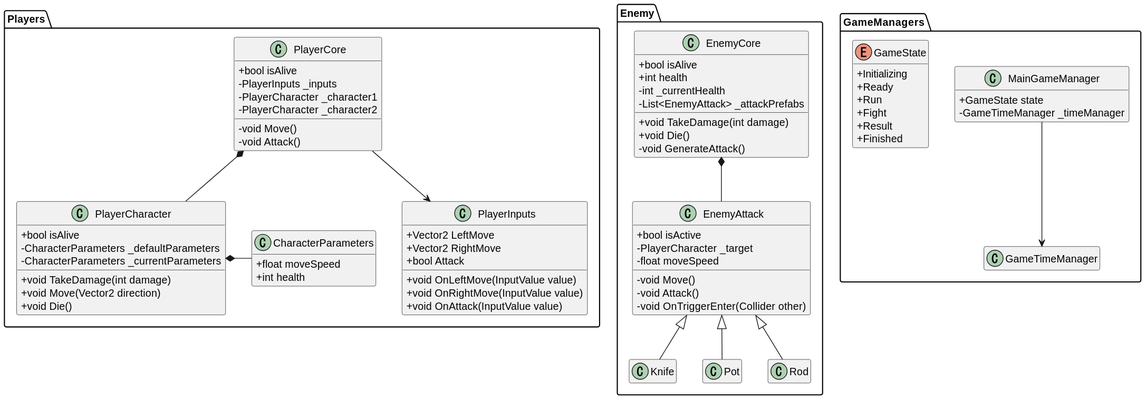
Above: out/UML/class/Class.svg in asterisk-cn/BSGJ-E1 (PlantUML), before the change. Its diagram source:
```plantuml
@startuml
skinparam classAttributeIconSize 0
hide empty members

namespace Players {
    class CharacterParameters{
        + float moveSpeed
        + int health
    }

    class PlayerInputs{
        + Vector2 LeftMove
        + Vector2 RightMove
        + bool Attack

        + void OnLeftMove(InputValue value)
        + void OnRightMove(InputValue value)
        + void OnAttack(InputValue value)
    }


    class PlayerCore {
        + bool isAlive
        - PlayerInputs _inputs
        - PlayerCharacter _character1
        - PlayerCharacter _character2

        - void Move()
        - void Attack()
    }

    PlayerCore --> PlayerInputs

    class PlayerCharacter {
        + bool isAlive
        - CharacterParameters _defaultParameters
        - CharacterParameters _currentParameters

        + void TakeDamage(int damage)
        + void Move(Vector2 direction)
        + void Die()
    }

    PlayerCharacter *- CharacterParameters
    PlayerCore *-- PlayerCharacter
}

namespace Enemy {
    class EnemyCore {
        + bool isAlive
        + int health
        - int _currentHealth
        - List<EnemyAttack> _attackPrefabs

        + void TakeDamage(int damage)
        + void Die()
        - void GenerateAttack()
    }

    class EnemyAttack {
        + bool isActive
        - PlayerCharacter _target
        - float moveSpeed

        - void Move()
        - void Attack()
        - void OnTriggerEnter(Collider other)
    }

    EnemyCore *-- EnemyAttack

    class Knife
    class Pot
    Class Rod

    EnemyAttack <|-- Knife
    EnemyAttack <|-- Pot
    EnemyAttack <|-- Rod
}

namespace GameManagers {
    class MainGameManager {
        + GameState state
        - GameTimeManager _timeManager
    }

    enum GameState{
        + Initializing
        + Ready
        + Run
        + Fight
        + Result
        + Finished
    }

    class GameTimeManager

    MainGameManager --> GameTimeManager
}
@enduml
```
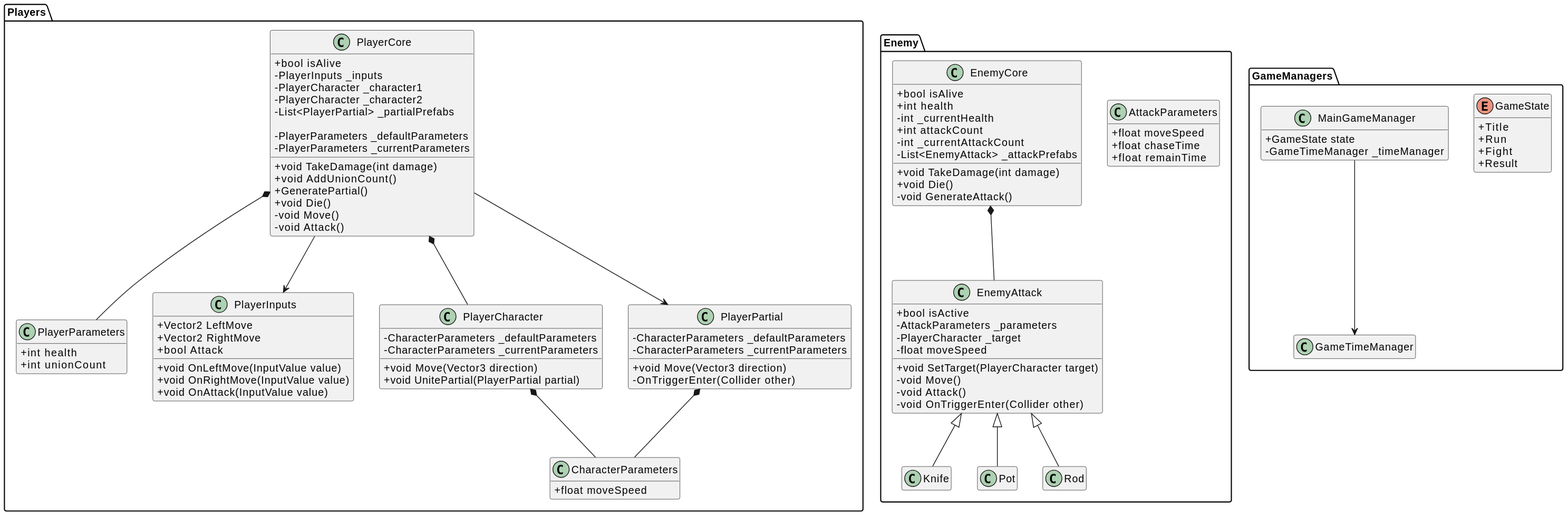
Later version of the same file.

Diff of the diagram source:
```diff
@@ -3,9 +3,13 @@
 hide empty members
 
 namespace Players {
+    class PlayerParameters{
+        + int health
+        + int unionCount
+    }
+
     class CharacterParameters{
         + float moveSpeed
-        + int health
     }
 
     class PlayerInputs{
@@ -24,25 +28,43 @@
         - PlayerInputs _inputs
         - PlayerCharacter _character1
         - PlayerCharacter _character2
+        - List<PlayerPartial> _partialPrefabs
 
+        - PlayerParameters _defaultParameters
+        - PlayerParameters _currentParameters
+
+        + void TakeDamage(int damage)
+        + void AddUnionCount()
+        + GeneratePartial()
+        + void Die()
         - void Move()
         - void Attack()
     }
 
     PlayerCore --> PlayerInputs
+    PlayerCore *-- PlayerParameters
 
     class PlayerCharacter {
-        + bool isAlive
         - CharacterParameters _defaultParameters
         - CharacterParameters _currentParameters
 
-        + void TakeDamage(int damage)
-        + void Move(Vector2 direction)
-        + void Die()
+        + void Move(Vector3 direction)
+        + void UnitePartial(PlayerPartial partial)
     }
 
-    PlayerCharacter *- CharacterParameters
     PlayerCore *-- PlayerCharacter
+    PlayerCharacter *-- CharacterParameters
+
+    class PlayerPartial {
+        - CharacterParameters _defaultParameters
+        - CharacterParameters _currentParameters
+
+        + void Move(Vector3 direction)
+        - OnTriggerEnter(Collider other)
+    }
+
+    PlayerCore --> PlayerPartial
+    PlayerPartial *-- CharacterParameters
 }
 
 namespace Enemy {
@@ -50,6 +72,8 @@
         + bool isAlive
         + int health
         - int _currentHealth
+        + int attackCount
+        - int _currentAttackCount
         - List<EnemyAttack> _attackPrefabs
 
         + void TakeDamage(int damage)
@@ -57,11 +81,19 @@
         - void GenerateAttack()
     }
 
+    class AttackParameters {
+        + float moveSpeed
+        + float chaseTime
+        + float remainTime
+    }
+
     class EnemyAttack {
         + bool isActive
+        - AttackParameters _parameters
         - PlayerCharacter _target
         - float moveSpeed
 
+        + void SetTarget(PlayerCharacter target)
         - void Move()
         - void Attack()
         - void OnTriggerEnter(Collider other)
@@ -85,12 +117,10 @@
     }
 
     enum GameState{
-        + Initializing
-        + Ready
+        + Title
         + Run
         + Fight
         + Result
-        + Finished
     }
 
     class GameTimeManager
```
